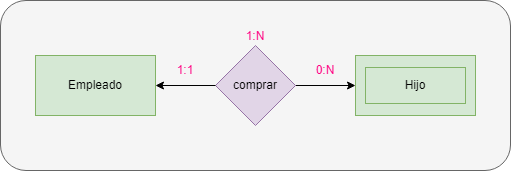
Above: Tareas/UD2-INTERPRETACIÓN DE DIAGRAMAS ENTIDAD-RELACIÓN/Ejercicio Básico ER/8empleadoHijo.drawio.png in popadron/base-de-datos (draw.io), before the change. Source tidied: cells renumbered, new cells last; positions are measured from the earlier drawing's top-left corner, leaving out a move shared by most shapes.
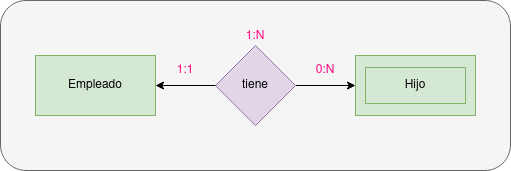
The same diagram one commit later.

Diff of the diagram source:
```diff
@@ -23,7 +23,7 @@
     <mxCell id="8" value="1:N" style="text;html=1;strokeColor=none;fillColor=none;align=center;verticalAlign=middle;whiteSpace=wrap;rounded=0;fontColor=#FF0080;" parent="1" vertex="1">
       <mxGeometry x="225" y="21" width="60" height="30" as="geometry" />
     </mxCell>
-    <mxCell id="9" value="comprar" style="rhombus;whiteSpace=wrap;html=1;fillColor=#e1d5e7;strokeColor=#9673a6;" parent="1" vertex="1">
+    <mxCell id="9" value="tiene" style="rhombus;whiteSpace=wrap;html=1;fillColor=#e1d5e7;strokeColor=#9673a6;" parent="1" vertex="1">
       <mxGeometry x="215" y="45" width="80" height="80" as="geometry" />
     </mxCell>
     <mxCell id="10" style="endArrow=none;startArrow=classic;html=1;rounded=0;exitX=1;exitY=0.5;exitDx=0;exitDy=0;entryX=0;entryY=0.5;entryDx=0;entryDy=0;" parent="1" edge="1" source="3" target="9">
```
